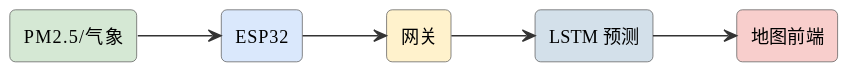
Earlier version of the PlantUML export assets/diagrams/ideas-fig45.svg (mingyi0818/IntelligentMcuCourse).
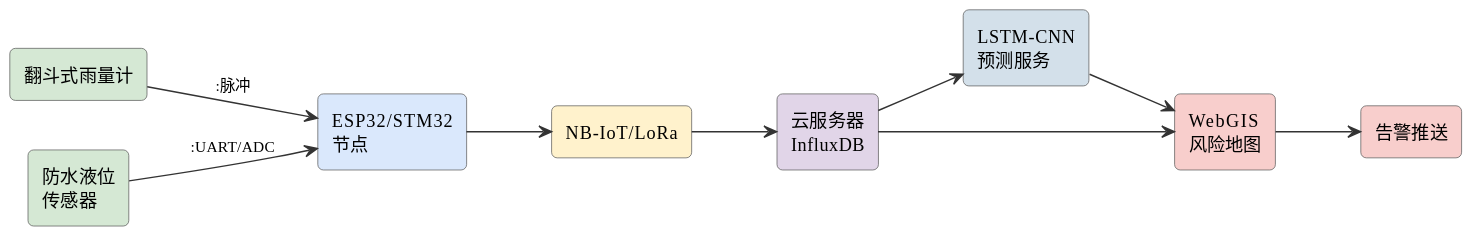
Later version of the same file.

What changed in the source:
```diff
@@ -6,13 +6,20 @@
 skinparam arrowFontSize 11
 skinparam arrowColor #333
 left to right direction
-rectangle "PM2.5/气象" as s #d5e8d4
-rectangle "ESP32" as esp #dae8fc
-rectangle "网关" as gw #fff2cc
-rectangle "LSTM 预测" as ai #d3e0ea
-rectangle "地图前端" as map #f8cecc
-s --> esp
-esp --> gw
-gw --> ai
-ai --> map
+rectangle "翻斗式雨量计" as rain #d5e8d4
+rectangle "防水液位\n传感器" as lvl #d5e8d4
+rectangle "ESP32/STM32\n节点" as mcu #dae8fc
+rectangle "NB-IoT/LoRa" as nb #fff2cc
+rectangle "云服务器\nInfluxDB" as srv #e1d5e8
+rectangle "LSTM-CNN\n预测服务" as ml #d3e0ea
+rectangle "WebGIS\n风险地图" as gis #f8cecc
+rectangle "告警推送" as push #f8cecc
+rain --> mcu : :脉冲
+lvl --> mcu : :UART/ADC
+mcu --> nb
+nb --> srv
+srv --> ml
+ml --> gis
+srv --> gis
+gis --> push
 @enduml
```
